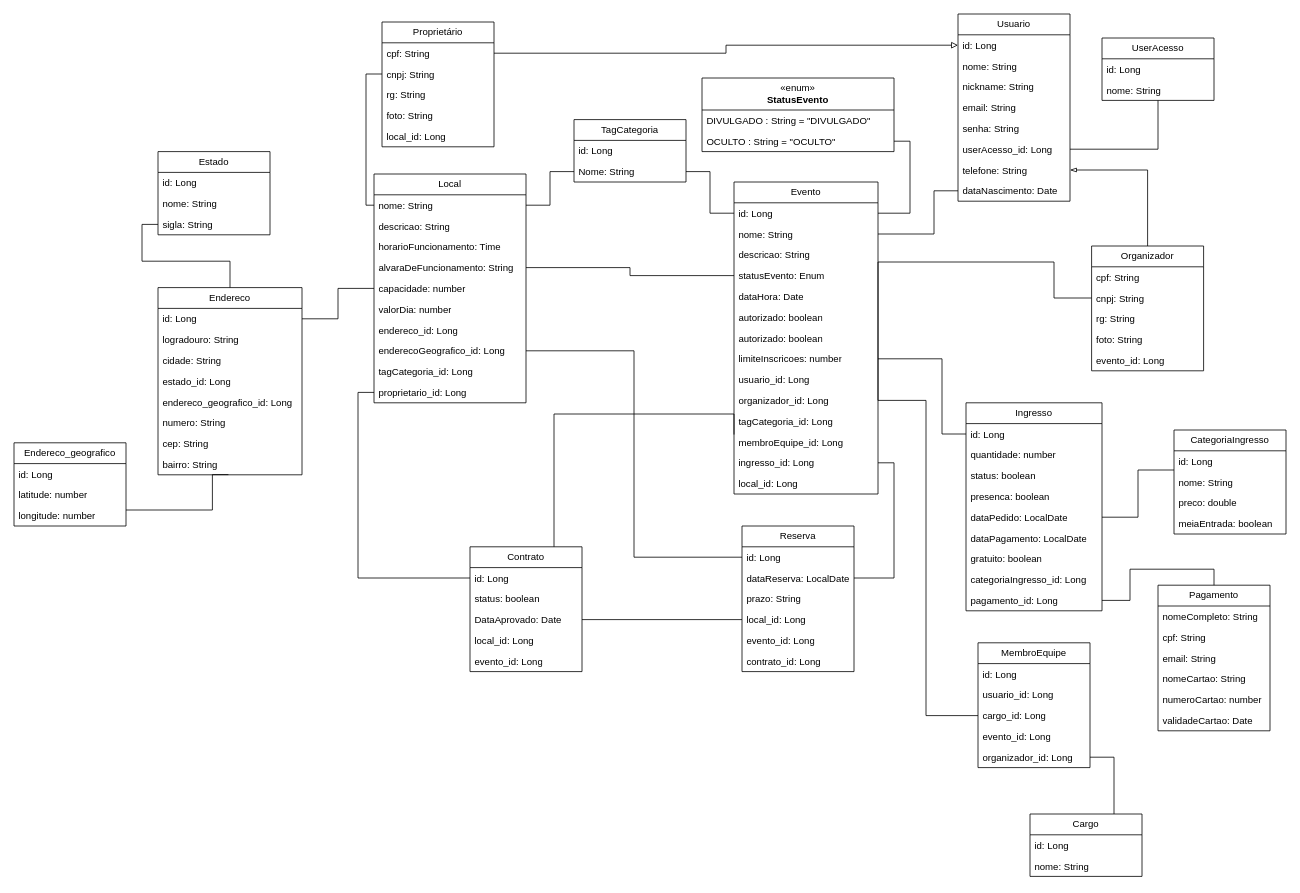
Earlier version of the draw.io diagram DiagramaDeClassesPokando.drawio (ChumeLabs-Pokando/Pokando). Source tidied: cells renumbered, new cells numbered last; positions are measured from the earlier drawing's top-left corner, leaving out a move shared by most shapes. Both pictures are drawn from the tidied source at 80%, with x=0, y=0 at pixel (14, 14).
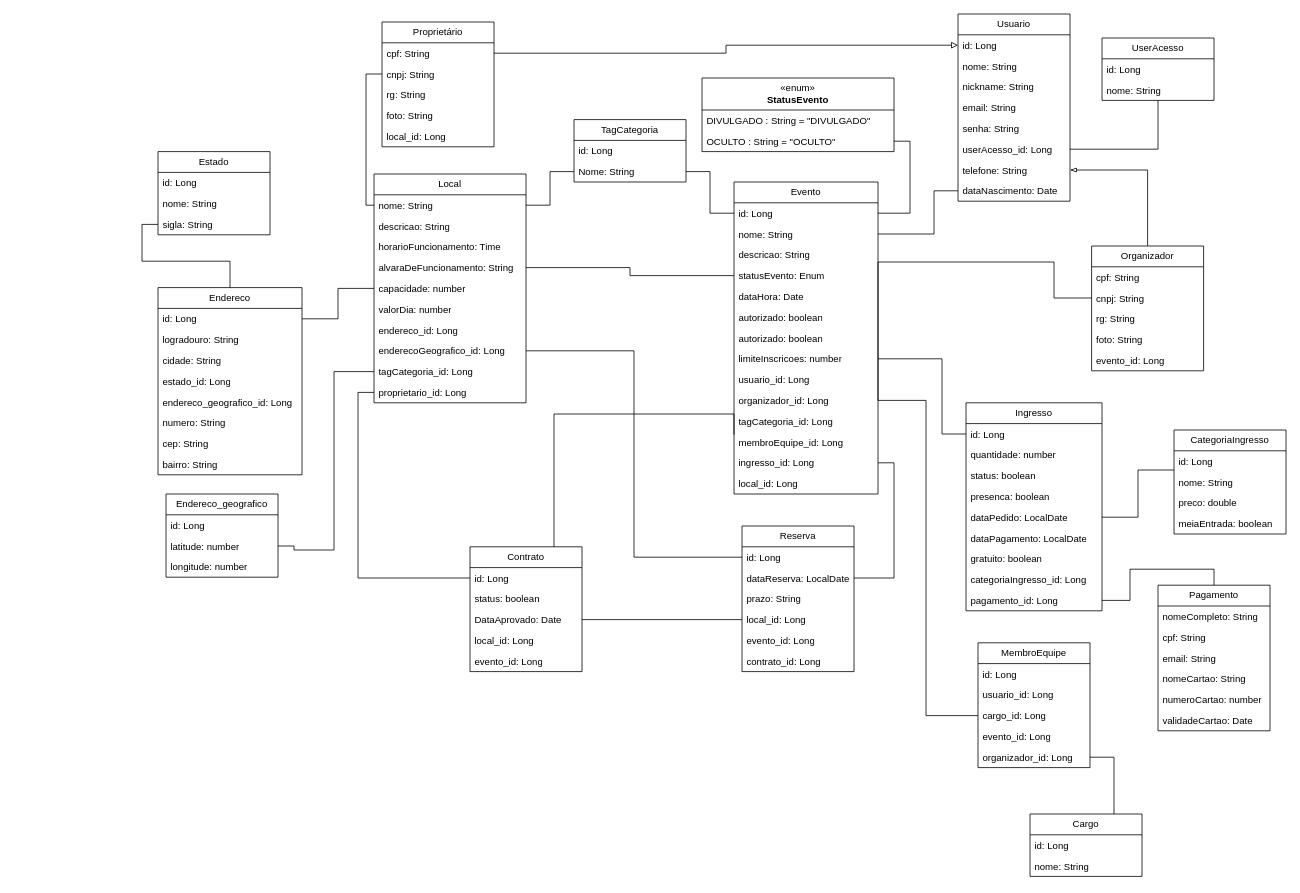
After the change.

Commit message:
endgeo alt

The change refers to these unchanged cells:
```xml
<mxCell id="32" value="bairro: String" style="text;strokeColor=none;fillColor=none;align=left;verticalAlign=top;spacingLeft=4;spacingRight=4;overflow=hidden;points=[[0,0.5],[1,0.5]];portConstraint=eastwest;whiteSpace=wrap;html=1;" parent="24" vertex="1">
  <mxGeometry y="208" width="180" height="26" as="geometry" />
</mxCell>
<mxCell id="35" value="latitude: number" style="text;strokeColor=none;fillColor=none;align=left;verticalAlign=top;spacingLeft=4;spacingRight=4;overflow=hidden;points=[[0,0.5],[1,0.5]];portConstraint=eastwest;whiteSpace=wrap;html=1;" parent="33" vertex="1">
  <mxGeometry y="52" width="140" height="26" as="geometry" />
</mxCell>
<mxCell id="108" value="tagCategoria_id: Long&lt;div&gt;&lt;br&gt;&lt;/div&gt;" style="text;strokeColor=none;fillColor=none;align=left;verticalAlign=top;spacingLeft=4;spacingRight=4;overflow=hidden;points=[[0,0.5],[1,0.5]];portConstraint=eastwest;whiteSpace=wrap;html=1;" parent="99" vertex="1">
  <mxGeometry y="234" width="190" height="26" as="geometry" />
</mxCell>
```

Diff of the diagram source:
```diff
@@
     <mxCell id="33" value="Endereco_g&lt;span style=&quot;background-color: transparent; color: light-dark(rgb(0, 0, 0), rgb(255, 255, 255));&quot;&gt;eografico&lt;/span&gt;" style="swimlane;fontStyle=0;horizontal=1;startSize=26;fillColor=none;whiteSpace=wrap;html=1;" parent="1" vertex="1">
-      <mxGeometry y="536" width="140" height="104" as="geometry" />
+      <mxGeometry x="190" y="600" width="140" height="104" as="geometry" />
     </mxCell>
@@
-    <mxCell id="133" style="edgeStyle=orthogonalEdgeStyle;rounded=0;jettySize=auto;html=1;entryX=0.489;entryY=0.991;entryDx=0;entryDy=0;endArrow=none;startFill=0;entryPerimeter=0;" parent="1" edge="1" target="32">
+    <mxCell id="133" style="edgeStyle=orthogonalEdgeStyle;rounded=0;jettySize=auto;html=1;entryX=0;entryY=0.5;entryDx=0;entryDy=0;endArrow=none;startFill=0;exitX=1;exitY=0.5;exitDx=0;exitDy=0;" parent="1" edge="1" source="35" target="108">
       <mxGeometry relative="1" as="geometry">
-        <mxPoint x="140" y="620" as="sourcePoint" />
         <Array as="points">
-          <mxPoint x="248" y="620" />
+          <mxPoint x="350" y="665" />
+          <mxPoint x="350" y="670" />
+          <mxPoint x="400" y="670" />
+          <mxPoint x="400" y="447" />
         </Array>
       </mxGeometry>
     </mxCell>
```
